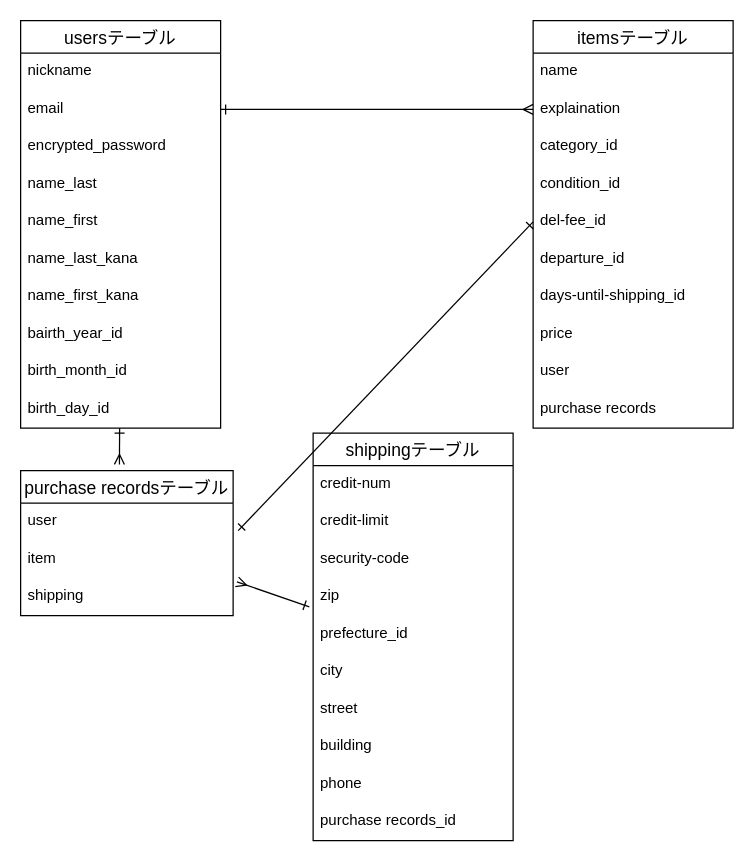
This is test.dio from sakuuuuuuuu/furima-39461, a draw.io file, before an edit. Source tidied: cells renumbered, new cells numbered last; positions are measured from the earlier drawing's top-left corner, leaving out a move shared by most shapes. Both pictures are drawn from the tidied source at 125%, with x=0, y=0 at pixel (20, 20).
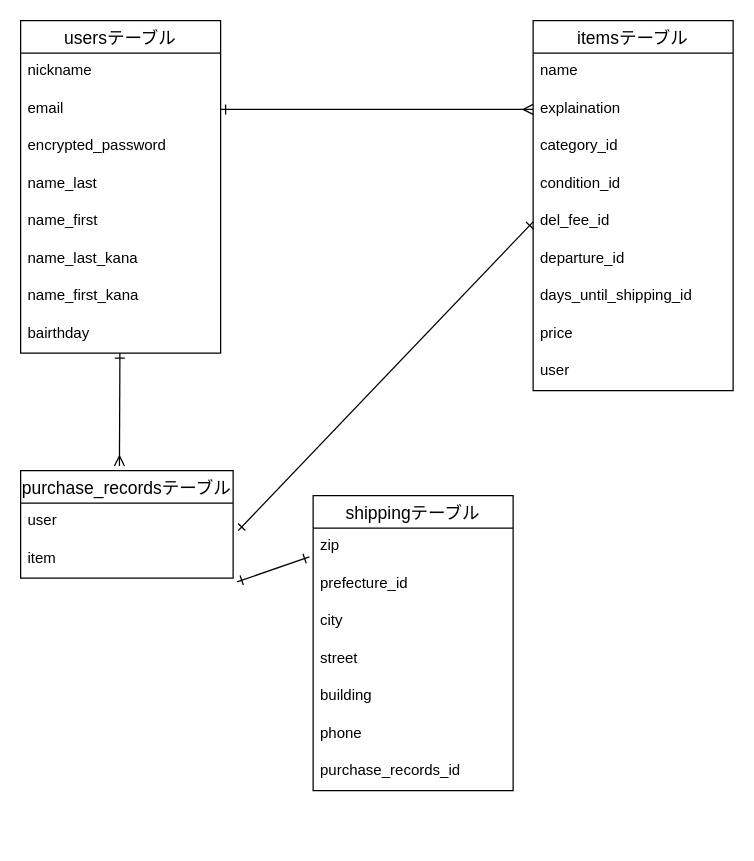
Above is the later version.

What changed in the source:
```diff
@@
     <mxCell id="3" value="usersテーブル" style="swimlane;fontStyle=0;horizontal=1;startSize=26;align=center;fontSize=14;" parent="1" vertex="1">
-      <mxGeometry width="160" height="326" as="geometry" />
+      <mxGeometry width="160" height="266" as="geometry" />
     </mxCell>
@@
-    <mxCell id="11" value="bairth_year_id" style="text;strokeColor=none;fillColor=none;spacingLeft=4;spacingRight=4;overflow=hidden;fontSize=12;" parent="3" vertex="1">
+    <mxCell id="11" value="bairthday" style="text;strokeColor=none;fillColor=none;spacingLeft=4;spacingRight=4;overflow=hidden;fontSize=12;" parent="3" vertex="1">
       <mxGeometry y="236" width="160" height="30" as="geometry" />
     </mxCell>
-    <mxCell id="12" value="birth_month_id" style="text;strokeColor=none;fillColor=none;spacingLeft=4;spacingRight=4;overflow=hidden;fontSize=12;" parent="3" vertex="1">
-      <mxGeometry y="266" width="160" height="30" as="geometry" />
-    </mxCell>
-    <mxCell id="13" value="birth_day_id" style="text;strokeColor=none;fillColor=none;spacingLeft=4;spacingRight=4;overflow=hidden;fontSize=12;" parent="3" vertex="1">
-      <mxGeometry y="296" width="160" height="30" as="geometry" />
-    </mxCell>
     <mxCell id="14" value="itemsテーブル" style="swimlane;fontStyle=0;horizontal=1;startSize=26;align=center;fontSize=14;" parent="1" vertex="1">
-      <mxGeometry x="410" width="160" height="326" as="geometry" />
+      <mxGeometry x="410" width="160" height="296" as="geometry" />
     </mxCell>
@@
-    <mxCell id="19" value="del-fee_id" style="text;strokeColor=none;fillColor=none;spacingLeft=4;spacingRight=4;overflow=hidden;points=[[0,0.5],[1,0.5]];portConstraint=eastwest;fontSize=12;" parent="14" vertex="1">
+    <mxCell id="19" value="del_fee_id" style="text;strokeColor=none;fillColor=none;spacingLeft=4;spacingRight=4;overflow=hidden;points=[[0,0.5],[1,0.5]];portConstraint=eastwest;fontSize=12;" parent="14" vertex="1">
       <mxGeometry y="146" width="160" height="30" as="geometry" />
     </mxCell>
@@
-    <mxCell id="21" value="days-until-shipping_id" style="text;strokeColor=none;fillColor=none;spacingLeft=4;spacingRight=4;overflow=hidden;fontSize=12;" parent="14" vertex="1">
+    <mxCell id="21" value="days_until_shipping_id" style="text;strokeColor=none;fillColor=none;spacingLeft=4;spacingRight=4;overflow=hidden;fontSize=12;" parent="14" vertex="1">
       <mxGeometry y="206" width="160" height="30" as="geometry" />
     </mxCell>
@@
-    <mxCell id="24" value="purchase records" style="text;strokeColor=none;fillColor=none;spacingLeft=4;spacingRight=4;overflow=hidden;fontSize=12;" parent="14" vertex="1">
-      <mxGeometry y="296" width="160" height="30" as="geometry" />
-    </mxCell>
     <mxCell id="25" value="shippingテーブル" style="swimlane;fontStyle=0;horizontal=1;startSize=26;align=center;fontSize=14;" parent="1" vertex="1">
-      <mxGeometry x="234" y="330" width="160" height="326" as="geometry" />
+      <mxGeometry x="234" y="380" width="160" height="236" as="geometry" />
     </mxCell>
-    <mxCell id="26" value="credit-num" style="text;strokeColor=none;fillColor=none;spacingLeft=4;spacingRight=4;overflow=hidden;fontSize=12;" parent="25" vertex="1">
-      <mxGeometry y="26" width="160" height="30" as="geometry" />
-    </mxCell>
-    <mxCell id="27" value="credit-limit" style="text;strokeColor=none;fillColor=none;spacingLeft=4;spacingRight=4;overflow=hidden;fontSize=12;" parent="25" vertex="1">
-      <mxGeometry y="56" width="160" height="30" as="geometry" />
-    </mxCell>
-    <mxCell id="28" value="security-code" style="text;strokeColor=none;fillColor=none;spacingLeft=4;spacingRight=4;overflow=hidden;fontSize=12;" parent="25" vertex="1">
-      <mxGeometry y="86" width="160" height="30" as="geometry" />
-    </mxCell>
     <mxCell id="29" value="zip" style="text;strokeColor=none;fillColor=none;spacingLeft=4;spacingRight=4;overflow=hidden;points=[[0,0.5],[1,0.5]];portConstraint=eastwest;fontSize=12;" parent="25" vertex="1">
-      <mxGeometry y="116" width="160" height="30" as="geometry" />
+      <mxGeometry y="26" width="160" height="30" as="geometry" />
     </mxCell>
     <mxCell id="30" value="prefecture_id" style="text;strokeColor=none;fillColor=none;spacingLeft=4;spacingRight=4;overflow=hidden;fontSize=12;" parent="25" vertex="1">
-      <mxGeometry y="146" width="160" height="30" as="geometry" />
+      <mxGeometry y="56" width="160" height="30" as="geometry" />
     </mxCell>
     <mxCell id="31" value="city" style="text;strokeColor=none;fillColor=none;spacingLeft=4;spacingRight=4;overflow=hidden;fontSize=12;" parent="25" vertex="1">
-      <mxGeometry y="176" width="160" height="30" as="geometry" />
+      <mxGeometry y="86" width="160" height="30" as="geometry" />
     </mxCell>
     <mxCell id="32" value="street" style="text;strokeColor=none;fillColor=none;spacingLeft=4;spacingRight=4;overflow=hidden;fontSize=12;" parent="25" vertex="1">
-      <mxGeometry y="206" width="160" height="30" as="geometry" />
+      <mxGeometry y="116" width="160" height="30" as="geometry" />
     </mxCell>
     <mxCell id="33" value="building" style="text;strokeColor=none;fillColor=none;spacingLeft=4;spacingRight=4;overflow=hidden;fontSize=12;" parent="25" vertex="1">
-      <mxGeometry y="236" width="160" height="30" as="geometry" />
+      <mxGeometry y="146" width="160" height="30" as="geometry" />
     </mxCell>
     <mxCell id="34" value="phone" style="text;strokeColor=none;fillColor=none;spacingLeft=4;spacingRight=4;overflow=hidden;fontSize=12;" parent="25" vertex="1">
-      <mxGeometry y="266" width="160" height="30" as="geometry" />
+      <mxGeometry y="176" width="160" height="30" as="geometry" />
     </mxCell>
-    <mxCell id="35" value="purchase records_id" style="text;strokeColor=none;fillColor=none;spacingLeft=4;spacingRight=4;overflow=hidden;fontSize=12;" parent="25" vertex="1">
-      <mxGeometry y="296" width="160" height="30" as="geometry" />
+    <mxCell id="35" value="purchase_records_id" style="text;strokeColor=none;fillColor=none;spacingLeft=4;spacingRight=4;overflow=hidden;fontSize=12;" parent="25" vertex="1">
+      <mxGeometry y="206" width="160" height="30" as="geometry" />
     </mxCell>
@@
-    <mxCell id="37" style="edgeStyle=none;html=1;entryX=-0.019;entryY=0.767;entryDx=0;entryDy=0;startArrow=ERmany;startFill=0;endArrow=ERone;endFill=0;entryPerimeter=0;exitX=1.018;exitY=0.1;exitDx=0;exitDy=0;exitPerimeter=0;" parent="1" edge="1" source="41" target="29">
-      <mxGeometry relative="1" as="geometry" />
+    <mxCell id="37" style="edgeStyle=none;html=1;entryX=-0.019;entryY=0.767;entryDx=0;entryDy=0;startArrow=ERone;startFill=0;endArrow=ERone;endFill=0;entryPerimeter=0;exitX=1.018;exitY=0.1;exitDx=0;exitDy=0;exitPerimeter=0;" parent="1" edge="1" target="29">
+      <mxGeometry relative="1" as="geometry">
+        <mxPoint x="173.1" y="449" as="sourcePoint" />
+      </mxGeometry>
     </mxCell>
-    <mxCell id="38" value="purchase recordsテーブル" style="swimlane;fontStyle=0;horizontal=1;startSize=26;align=center;fontSize=14;" parent="1" vertex="1">
-      <mxGeometry y="360" width="170" height="116" as="geometry" />
+    <mxCell id="38" value="purchase_recordsテーブル" style="swimlane;fontStyle=0;horizontal=1;startSize=26;align=center;fontSize=14;" parent="1" vertex="1">
+      <mxGeometry y="360" width="170" height="86" as="geometry" />
     </mxCell>
@@
-    <mxCell id="41" value="shipping" style="text;strokeColor=none;fillColor=none;spacingLeft=4;spacingRight=4;overflow=hidden;points=[[0,0.5],[1,0.5]];portConstraint=eastwest;fontSize=12;" parent="38" vertex="1">
-      <mxGeometry y="86" width="170" height="30" as="geometry" />
-    </mxCell>
```
